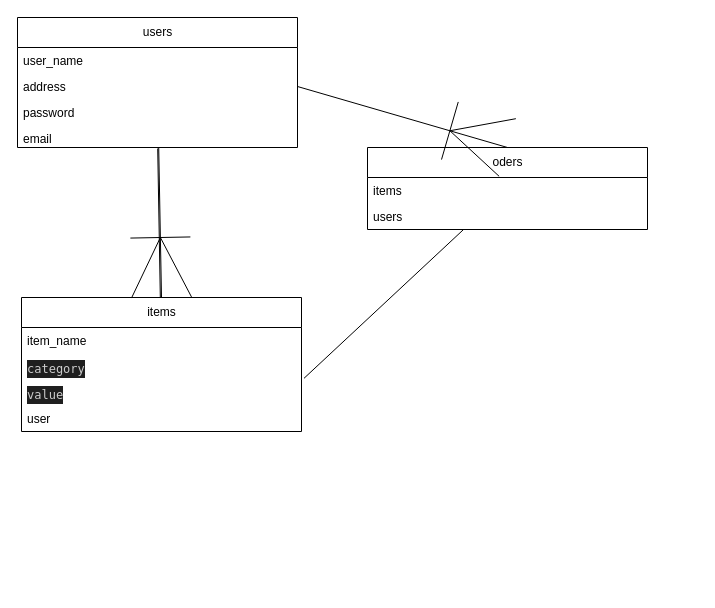
Before: furima.dio in yosyncr/furima-39470, a draw.io diagram. Source tidied: cells renumbered, new cells numbered last; positions are measured from the earlier drawing's top-left corner, leaving out a move shared by most shapes. Both pictures are drawn from the tidied source at 100%, with x=0, y=0 at pixel (17, 17).
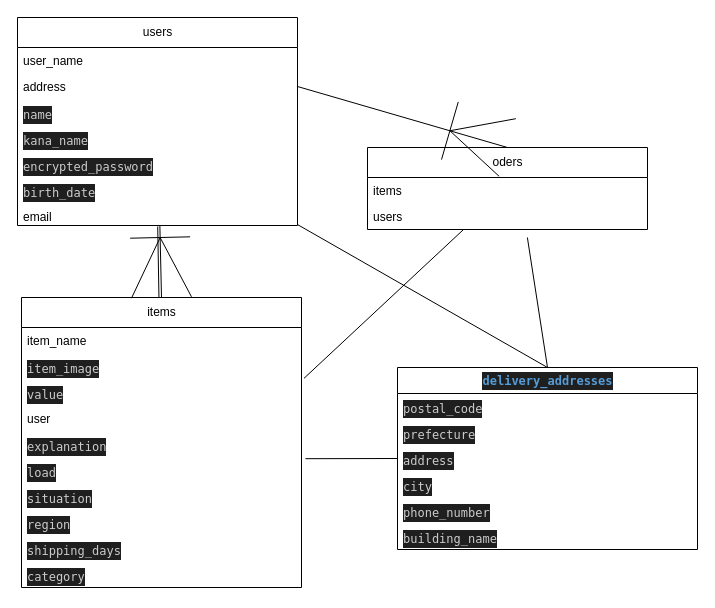
After the change.

The change refers to these unchanged cells:
```xml
<mxCell id="17" value="users" style="text;strokeColor=none;fillColor=none;align=left;verticalAlign=top;spacingLeft=4;spacingRight=4;overflow=hidden;points=[[0,0.5],[1,0.5]];portConstraint=eastwest;whiteSpace=wrap;html=1;" parent="15" vertex="1">
  <mxGeometry y="56" width="280" height="26" as="geometry" />
</mxCell>
```

What changed in the source:
```diff
@@
     <mxCell id="3" value="users" style="swimlane;fontStyle=0;horizontal=1;startSize=30;fillColor=none;html=1;" parent="1" vertex="1">
-      <mxGeometry width="280" height="130" as="geometry" />
+      <mxGeometry width="280" height="208" as="geometry" />
     </mxCell>
@@
-    <mxCell id="6" value="password" style="text;strokeColor=none;fillColor=none;align=left;verticalAlign=top;spacingLeft=4;spacingRight=4;overflow=hidden;whiteSpace=wrap;html=1;" parent="3" vertex="1">
-      <mxGeometry y="82" width="280" height="26" as="geometry" />
-    </mxCell>
+    <mxCell id="19" value="&lt;div style=&quot;color: rgb(204, 204, 204); background-color: rgb(31, 31, 31); font-family: Menlo, Monaco, &amp;quot;Courier New&amp;quot;, monospace; line-height: 18px;&quot;&gt;name&lt;/div&gt;" style="text;strokeColor=none;fillColor=none;align=left;verticalAlign=top;spacingLeft=4;spacingRight=4;overflow=hidden;whiteSpace=wrap;html=1;" parent="3" vertex="1">
+      <mxGeometry y="82" width="280" height="26" as="geometry" />
+    </mxCell>
+    <mxCell id="20" value="&lt;div style=&quot;color: rgb(204, 204, 204); background-color: rgb(31, 31, 31); font-family: Menlo, Monaco, &amp;quot;Courier New&amp;quot;, monospace; line-height: 18px;&quot;&gt;kana_name&lt;/div&gt;" style="text;strokeColor=none;fillColor=none;align=left;verticalAlign=top;spacingLeft=4;spacingRight=4;overflow=hidden;whiteSpace=wrap;html=1;" parent="3" vertex="1">
+      <mxGeometry y="108" width="280" height="26" as="geometry" />
+    </mxCell>
+    <mxCell id="21" value="&lt;div style=&quot;color: rgb(204, 204, 204); background-color: rgb(31, 31, 31); font-family: Menlo, Monaco, &amp;quot;Courier New&amp;quot;, monospace; line-height: 18px;&quot;&gt;encrypted_password&lt;/div&gt;" style="text;strokeColor=none;fillColor=none;align=left;verticalAlign=top;spacingLeft=4;spacingRight=4;overflow=hidden;whiteSpace=wrap;html=1;" parent="3" vertex="1">
+      <mxGeometry y="134" width="280" height="26" as="geometry" />
+    </mxCell>
+    <mxCell id="22" value="&lt;div style=&quot;color: rgb(204, 204, 204); background-color: rgb(31, 31, 31); font-family: Menlo, Monaco, &amp;quot;Courier New&amp;quot;, monospace; line-height: 18px;&quot;&gt;birth_date &lt;/div&gt;" style="text;strokeColor=none;fillColor=none;align=left;verticalAlign=top;spacingLeft=4;spacingRight=4;overflow=hidden;whiteSpace=wrap;html=1;" parent="3" vertex="1">
+      <mxGeometry y="160" width="280" height="26" as="geometry" />
+    </mxCell>
     <mxCell id="7" value="email" style="text;strokeColor=none;fillColor=none;align=left;verticalAlign=top;spacingLeft=4;spacingRight=4;overflow=hidden;points=[[0,0.5],[1,0.5]];portConstraint=eastwest;whiteSpace=wrap;html=1;" parent="3" vertex="1">
-      <mxGeometry y="108" width="280" height="22" as="geometry" />
+      <mxGeometry y="186" width="280" height="22" as="geometry" />
     </mxCell>
@@
     <mxCell id="9" value="items" style="swimlane;fontStyle=0;horizontal=1;startSize=30;fillColor=none;html=1;" parent="1" vertex="1">
-      <mxGeometry x="4" y="280" width="280" height="134" as="geometry" />
+      <mxGeometry x="4" y="280" width="280" height="290" as="geometry" />
     </mxCell>
@@
-    <mxCell id="11" value="&lt;div style=&quot;color: rgb(204, 204, 204); background-color: rgb(31, 31, 31); font-family: Menlo, Monaco, &amp;quot;Courier New&amp;quot;, monospace; line-height: 18px;&quot;&gt;category&lt;/div&gt;" style="text;strokeColor=none;fillColor=none;align=left;verticalAlign=top;spacingLeft=4;spacingRight=4;overflow=hidden;whiteSpace=wrap;html=1;" parent="9" vertex="1">
-      <mxGeometry y="56" width="280" height="26" as="geometry" />
-    </mxCell>
+    <mxCell id="23" value="&lt;div style=&quot;color: rgb(204, 204, 204); background-color: rgb(31, 31, 31); font-family: Menlo, Monaco, &amp;quot;Courier New&amp;quot;, monospace; line-height: 18px;&quot;&gt;item_image&lt;/div&gt;" style="text;strokeColor=none;fillColor=none;align=left;verticalAlign=top;spacingLeft=4;spacingRight=4;overflow=hidden;whiteSpace=wrap;html=1;" parent="9" vertex="1">
+      <mxGeometry y="56" width="280" height="26" as="geometry" />
+    </mxCell>
@@
+    <mxCell id="24" value="&lt;div style=&quot;color: rgb(204, 204, 204); background-color: rgb(31, 31, 31); font-family: Menlo, Monaco, &amp;quot;Courier New&amp;quot;, monospace; line-height: 18px;&quot;&gt;explanation&lt;/div&gt;" style="text;strokeColor=none;fillColor=none;align=left;verticalAlign=top;spacingLeft=4;spacingRight=4;overflow=hidden;whiteSpace=wrap;html=1;" parent="9" vertex="1">
+      <mxGeometry y="134" width="280" height="26" as="geometry" />
+    </mxCell>
+    <mxCell id="25" value="&lt;div style=&quot;color: rgb(204, 204, 204); background-color: rgb(31, 31, 31); font-family: Menlo, Monaco, &amp;quot;Courier New&amp;quot;, monospace; line-height: 18px;&quot;&gt;load&lt;/div&gt;" style="text;strokeColor=none;fillColor=none;align=left;verticalAlign=top;spacingLeft=4;spacingRight=4;overflow=hidden;points=[[0,0.5],[1,0.5]];portConstraint=eastwest;whiteSpace=wrap;html=1;" parent="9" vertex="1">
+      <mxGeometry y="160" width="280" height="26" as="geometry" />
+    </mxCell>
+    <mxCell id="26" value="&lt;div style=&quot;color: rgb(204, 204, 204); background-color: rgb(31, 31, 31); font-family: Menlo, Monaco, &amp;quot;Courier New&amp;quot;, monospace; line-height: 18px;&quot;&gt;situation &lt;/div&gt;" style="text;strokeColor=none;fillColor=none;align=left;verticalAlign=top;spacingLeft=4;spacingRight=4;overflow=hidden;whiteSpace=wrap;html=1;" parent="9" vertex="1">
+      <mxGeometry y="186" width="280" height="26" as="geometry" />
+    </mxCell>
+    <mxCell id="27" value="&lt;div style=&quot;color: rgb(204, 204, 204); background-color: rgb(31, 31, 31); font-family: Menlo, Monaco, &amp;quot;Courier New&amp;quot;, monospace; line-height: 18px;&quot;&gt; region   &lt;/div&gt;" style="text;strokeColor=none;fillColor=none;align=left;verticalAlign=top;spacingLeft=4;spacingRight=4;overflow=hidden;whiteSpace=wrap;html=1;" parent="9" vertex="1">
+      <mxGeometry y="212" width="280" height="26" as="geometry" />
+    </mxCell>
+    <mxCell id="28" value="&lt;div style=&quot;color: rgb(204, 204, 204); background-color: rgb(31, 31, 31); font-family: Menlo, Monaco, &amp;quot;Courier New&amp;quot;, monospace; line-height: 18px;&quot;&gt;shipping_days&lt;/div&gt;" style="text;strokeColor=none;fillColor=none;align=left;verticalAlign=top;spacingLeft=4;spacingRight=4;overflow=hidden;whiteSpace=wrap;html=1;" parent="9" vertex="1">
+      <mxGeometry y="238" width="280" height="26" as="geometry" />
+    </mxCell>
+    <mxCell id="11" value="&lt;div style=&quot;color: rgb(204, 204, 204); background-color: rgb(31, 31, 31); font-family: Menlo, Monaco, &amp;quot;Courier New&amp;quot;, monospace; line-height: 18px;&quot;&gt;category &lt;/div&gt;" style="text;strokeColor=none;fillColor=none;align=left;verticalAlign=top;spacingLeft=4;spacingRight=4;overflow=hidden;whiteSpace=wrap;html=1;" parent="9" vertex="1">
+      <mxGeometry y="264" width="280" height="26" as="geometry" />
+    </mxCell>
@@
+    <mxCell id="29" style="edgeStyle=none;html=1;exitX=0.5;exitY=0;exitDx=0;exitDy=0;entryX=1.001;entryY=0.964;entryDx=0;entryDy=0;entryPerimeter=0;endArrow=none;endFill=0;startSize=27;endSize=58;targetPerimeterSpacing=1;" parent="1" edge="1" source="31" target="7">
+      <mxGeometry relative="1" as="geometry" />
+    </mxCell>
+    <mxCell id="30" style="edgeStyle=none;html=1;exitX=0.5;exitY=0;exitDx=0;exitDy=0;entryX=0.571;entryY=1.308;entryDx=0;entryDy=0;entryPerimeter=0;endArrow=none;endFill=0;startSize=27;endSize=58;targetPerimeterSpacing=1;" parent="1" edge="1" source="31" target="17">
+      <mxGeometry relative="1" as="geometry" />
+    </mxCell>
+    <mxCell id="31" value="&lt;div style=&quot;color: rgb(204, 204, 204); background-color: rgb(31, 31, 31); font-family: Menlo, Monaco, &amp;quot;Courier New&amp;quot;, monospace; line-height: 18px;&quot;&gt;&lt;span style=&quot;color: #569cd6;font-weight: bold;&quot;&gt;delivery_addresses&lt;/span&gt;&lt;/div&gt;" style="swimlane;fontStyle=0;horizontal=1;startSize=26;fillColor=none;html=1;" parent="1" vertex="1">
+      <mxGeometry x="380" y="350" width="300" height="182" as="geometry" />
+    </mxCell>
+    <mxCell id="32" value="&lt;div style=&quot;color: rgb(204, 204, 204); background-color: rgb(31, 31, 31); font-family: Menlo, Monaco, &amp;quot;Courier New&amp;quot;, monospace; line-height: 18px;&quot;&gt;postal_code&lt;/div&gt;" style="text;strokeColor=none;fillColor=none;align=left;verticalAlign=top;spacingLeft=4;spacingRight=4;overflow=hidden;whiteSpace=wrap;html=1;" parent="31" vertex="1">
+      <mxGeometry y="26" width="300" height="26" as="geometry" />
+    </mxCell>
+    <mxCell id="33" value="&lt;div style=&quot;color: rgb(204, 204, 204); background-color: rgb(31, 31, 31); font-family: Menlo, Monaco, &amp;quot;Courier New&amp;quot;, monospace; line-height: 18px;&quot;&gt;prefecture&lt;/div&gt;" style="text;strokeColor=none;fillColor=none;align=left;verticalAlign=top;spacingLeft=4;spacingRight=4;overflow=hidden;whiteSpace=wrap;html=1;" parent="31" vertex="1">
+      <mxGeometry y="52" width="300" height="26" as="geometry" />
+    </mxCell>
+    <mxCell id="34" value="&lt;div style=&quot;color: rgb(204, 204, 204); background-color: rgb(31, 31, 31); font-family: Menlo, Monaco, &amp;quot;Courier New&amp;quot;, monospace; line-height: 18px;&quot;&gt;address&lt;/div&gt;" style="text;strokeColor=none;fillColor=none;align=left;verticalAlign=top;spacingLeft=4;spacingRight=4;overflow=hidden;points=[[0,0.5],[1,0.5]];portConstraint=eastwest;whiteSpace=wrap;html=1;" parent="31" vertex="1">
+      <mxGeometry y="78" width="300" height="26" as="geometry" />
+    </mxCell>
+    <mxCell id="35" value="&lt;div style=&quot;color: rgb(204, 204, 204); background-color: rgb(31, 31, 31); font-family: Menlo, Monaco, &amp;quot;Courier New&amp;quot;, monospace; line-height: 18px;&quot;&gt; city&lt;/div&gt;" style="text;strokeColor=none;fillColor=none;align=left;verticalAlign=top;spacingLeft=4;spacingRight=4;overflow=hidden;whiteSpace=wrap;html=1;" parent="31" vertex="1">
+      <mxGeometry y="104" width="300" height="26" as="geometry" />
+    </mxCell>
+    <mxCell id="36" value="&lt;div style=&quot;color: rgb(204, 204, 204); background-color: rgb(31, 31, 31); font-family: Menlo, Monaco, &amp;quot;Courier New&amp;quot;, monospace; line-height: 18px;&quot;&gt;phone_number&lt;/div&gt;" style="text;strokeColor=none;fillColor=none;align=left;verticalAlign=top;spacingLeft=4;spacingRight=4;overflow=hidden;whiteSpace=wrap;html=1;" parent="31" vertex="1">
+      <mxGeometry y="130" width="300" height="26" as="geometry" />
+    </mxCell>
+    <mxCell id="37" value="&lt;div style=&quot;color: rgb(204, 204, 204); background-color: rgb(31, 31, 31); font-family: Menlo, Monaco, &amp;quot;Courier New&amp;quot;, monospace; line-height: 18px;&quot;&gt;building_name&lt;/div&gt;" style="text;strokeColor=none;fillColor=none;align=left;verticalAlign=top;spacingLeft=4;spacingRight=4;overflow=hidden;whiteSpace=wrap;html=1;" parent="31" vertex="1">
+      <mxGeometry y="156" width="300" height="26" as="geometry" />
+    </mxCell>
+    <mxCell id="38" style="edgeStyle=none;html=1;exitX=0;exitY=0.5;exitDx=0;exitDy=0;entryX=1.014;entryY=0.046;entryDx=0;entryDy=0;entryPerimeter=0;endArrow=none;endFill=0;startSize=27;endSize=58;targetPerimeterSpacing=1;" parent="1" edge="1" source="34" target="25">
+      <mxGeometry relative="1" as="geometry" />
+    </mxCell>
```
